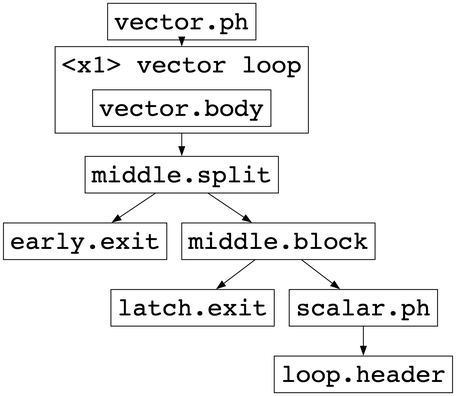
Earlier version of the Graphviz export llvm/docs/vplan-early-exit.png (nekoshirro/Alchemist-LLVM). Its source is kept beside it as llvm/docs/vplan-early-exit.dot.
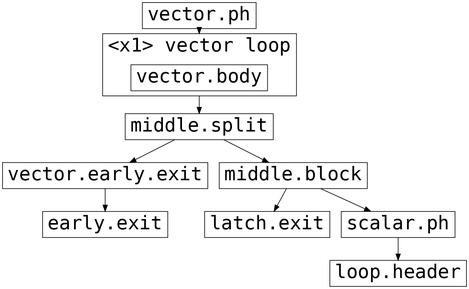
The same file after the commit.

What changed in the source:
```diff
@@ -19,23 +19,27 @@
     "middle.split"
   ]
   N4 -> N5 [ label=""]
-  N4 -> N6 [ label=""]
+  N4 -> N7 [ label=""]
   N5 [label =
+    "vector.early.exit"
+  ]
+  N5 -> N6 [ label=""]
+  N6 [label =
     "early.exit"
   ]
-  N6 [label =
+  N7 [label =
     "middle.block"
   ]
-  N6 -> N9 [ label=""]
-  N6 -> N7 [ label=""]
-  N7 [label =
+  N7 -> N10 [ label=""]
+  N7 -> N8 [ label=""]
+  N8 [label =
     "scalar.ph"
   ]
-  N7 -> N8 [ label=""]
-  N8 [label =
+  N8 -> N9 [ label=""]
+  N9 [label =
     "loop.header"
   ]
-  N9 [label =
+  N10 [label =
     "latch.exit"
   ]
 }
```
